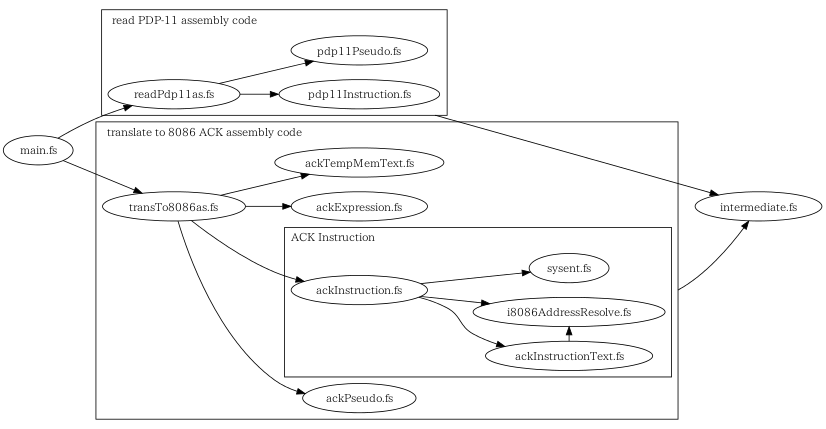
This is doc/files.png from kusabanachi/p11trans, a Graphviz export, as it was before one commit. Its source is kept beside it as doc/files.dot. The source it was exported from:
```dot
digraph files {

    graph [rankdir=LR compound=true labeljust=l];
    {
        node [label="main.fs"]; main;
        node [label="readPdp11as.fs"]; readPdp11as;
        node [label="pdp11Instruction.fs"]; pdp11Instruction;
        node [label="pdp11Pseudo.fs"]; pdp11Pseudo;
        node [label="transTo8086as.fs"]; transTo8086as;
        node [label="ackPseudo.fs"]; ackPseudo;
        node [label="ackInstruction.fs"]; ackInstruction;
        node [label="i8086AddressResolve.fs"]; i8086AddressResolve;
        node [label="ackInstructionText.fs"]; ackInstructionText;
        node [label="sysent.fs"]; sysent;
        node [label="ackExpression.fs"]; ackExpression;
        node [label="ackTempMemText.fs"]; ackTempMemText;
        node [label="intermediate.fs"]; intermediate;
    }

    main -> readPdp11as;
    subgraph cluster_0 {
        label="read PDP-11 assembly code";
        readPdp11as -> pdp11Instruction;
        readPdp11as -> pdp11Pseudo;
    }

    main -> transTo8086as;
    subgraph cluster_1 {
        label="translate to 8086 ACK assembly code";
        transTo8086as -> ackInstruction;
        transTo8086as -> ackPseudo;
        transTo8086as -> ackExpression;
        transTo8086as -> ackTempMemText;

        subgraph cluster_2 {
            label="ACK Instruction";
            ackInstruction -> i8086AddressResolve;
            ackInstruction -> ackInstructionText;
            ackInstruction -> sysent;
            ackInstructionText -> i8086AddressResolve;
            { rank=same; ackInstructionText; i8086AddressResolve; }
        }
    }

    pdp11Instruction -> intermediate [ltail=cluster_0];
    i8086AddressResolve -> intermediate [ltail=cluster_1];
}
```
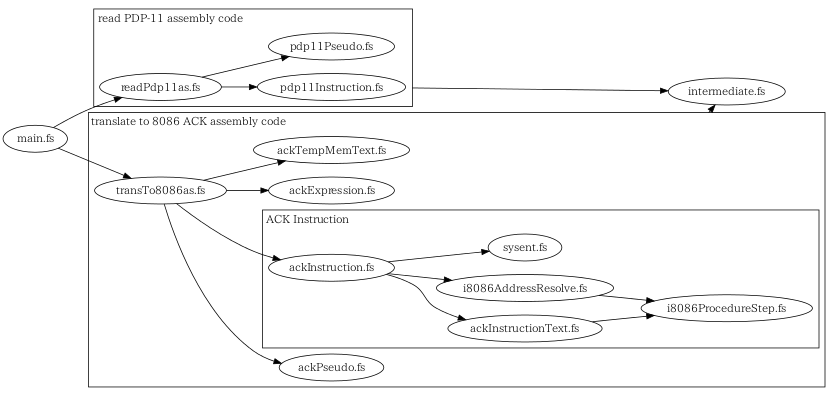
The same file after the commit.

Change to the diagram source:
```diff
@@ -11,6 +11,7 @@
         node [label="ackInstruction.fs"]; ackInstruction;
         node [label="i8086AddressResolve.fs"]; i8086AddressResolve;
         node [label="ackInstructionText.fs"]; ackInstructionText;
+        node [label="i8086ProcedureStep.fs"]; i8086ProcedureStep;
         node [label="sysent.fs"]; sysent;
         node [label="ackExpression.fs"]; ackExpression;
         node [label="ackTempMemText.fs"]; ackTempMemText;
@@ -37,7 +38,8 @@
             ackInstruction -> i8086AddressResolve;
             ackInstruction -> ackInstructionText;
             ackInstruction -> sysent;
-            ackInstructionText -> i8086AddressResolve;
+            i8086AddressResolve -> i8086ProcedureStep;
+            ackInstructionText -> i8086ProcedureStep;
             { rank=same; ackInstructionText; i8086AddressResolve; }
         }
     }
```
